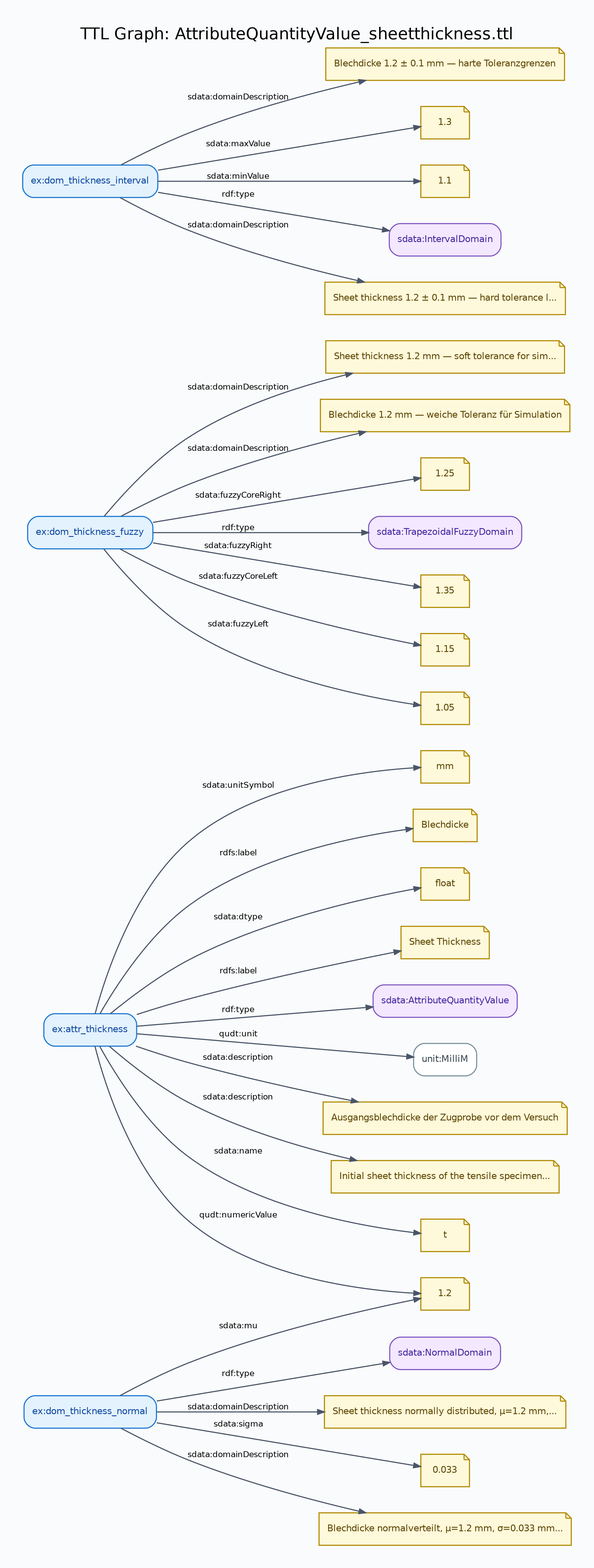
Above: docs/diagrams/AttributeQuantityValue_sheetthickness-graph.png in lepy/sdata-ontology (Graphviz), before the change. Its source is kept beside it as docs/diagrams/AttributeQuantityValue_sheetthickness-graph.dot.
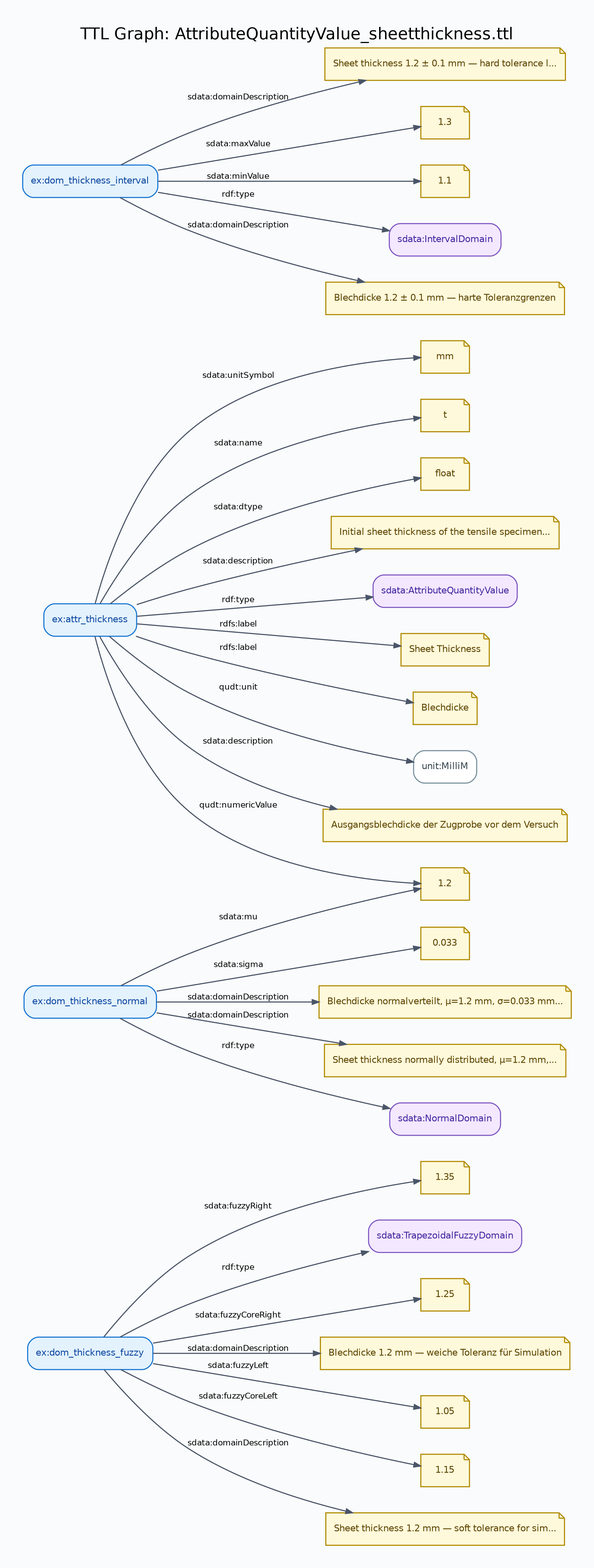
After the change.

Change to the diagram source:
```diff
@@ -26,21 +26,150 @@
 		fontsize=9,
 		penwidth=1.2
 	];
-	"uri::https://example.org/tensile-test/dom_thickness_normal"	[color="#1976D2",
+	"uri::https://example.org/tensile-test/dom_thickness_fuzzy"	[color="#1976D2",
 		fillcolor="#E3F2FD",
 		fontcolor="#0D47A1",
-		label="ex:dom_thickness_normal"];
-	"uri::https://w3id.org/sdata/core/NormalDomain"	[color="#7E57C2",
+		label="ex:dom_thickness_fuzzy"];
+	"lit::1.35::http://www.w3.org/2001/XMLSchema#double::"	[color="#B08900",
+		fillcolor="#FFF9DB",
+		fontcolor="#5C4500",
+		label=1.35,
+		shape=note];
+	"uri::https://example.org/tensile-test/dom_thickness_fuzzy" -> "lit::1.35::http://www.w3.org/2001/XMLSchema#double::"	[label="sdata:fuzzyRight"];
+	"uri::https://w3id.org/sdata/core/TrapezoidalFuzzyDomain"	[color="#7E57C2",
 		fillcolor="#F3E8FF",
 		fontcolor="#4527A0",
-		label="sdata:NormalDomain"];
-	"uri::https://example.org/tensile-test/dom_thickness_normal" -> "uri::https://w3id.org/sdata/core/NormalDomain"	[label="rdf:type"];
+		label="sdata:TrapezoidalFuzzyDomain"];
+	"uri::https://example.org/tensile-test/dom_thickness_fuzzy" -> "uri::https://w3id.org/sdata/core/TrapezoidalFuzzyDomain"	[label="rdf:type"];
+	"lit::1.25::http://www.w3.org/2001/XMLSchema#double::"	[color="#B08900",
+		fillcolor="#FFF9DB",
+		fontcolor="#5C4500",
+		label=1.25,
+		shape=note];
+	"uri::https://example.org/tensile-test/dom_thickness_fuzzy" -> "lit::1.25::http://www.w3.org/2001/XMLSchema#double::"	[label="sdata:fuzzyCoreRight"];
+	"lit::Blechdicke 1.2 mm — weiche Toleranz für Simulation::::de"	[color="#B08900",
+		fillcolor="#FFF9DB",
+		fontcolor="#5C4500",
+		label="Blechdicke 1.2 mm — weiche Toleranz für Simulation",
+		shape=note];
+	"uri::https://example.org/tensile-test/dom_thickness_fuzzy" -> "lit::Blechdicke 1.2 mm — weiche Toleranz für Simulation::::de"	[label="sdata:domainDescription"];
+	"lit::1.05::http://www.w3.org/2001/XMLSchema#double::"	[color="#B08900",
+		fillcolor="#FFF9DB",
+		fontcolor="#5C4500",
+		label=1.05,
+		shape=note];
+	"uri::https://example.org/tensile-test/dom_thickness_fuzzy" -> "lit::1.05::http://www.w3.org/2001/XMLSchema#double::"	[label="sdata:fuzzyLeft"];
+	"lit::1.15::http://www.w3.org/2001/XMLSchema#double::"	[color="#B08900",
+		fillcolor="#FFF9DB",
+		fontcolor="#5C4500",
+		label=1.15,
+		shape=note];
+	"uri::https://example.org/tensile-test/dom_thickness_fuzzy" -> "lit::1.15::http://www.w3.org/2001/XMLSchema#double::"	[label="sdata:fuzzyCoreLeft"];
+	"lit::Sheet thickness 1.2 mm — soft tolerance for simulation::::en"	[color="#B08900",
+		fillcolor="#FFF9DB",
+		fontcolor="#5C4500",
+		label="Sheet thickness 1.2 mm — soft tolerance for sim...",
+		shape=note];
+	"uri::https://example.org/tensile-test/dom_thickness_fuzzy" -> "lit::Sheet thickness 1.2 mm — soft tolerance for simulation::::en"	[label="sdata:domainDescription"];
+	"uri::https://example.org/tensile-test/attr_thickness"	[color="#1976D2",
+		fillcolor="#E3F2FD",
+		fontcolor="#0D47A1",
+		label="ex:attr_thickness"];
+	"lit::Initial sheet thickness of the tensile specimen before testing::::en"	[color="#B08900",
+		fillcolor="#FFF9DB",
+		fontcolor="#5C4500",
+		label="Initial sheet thickness of the tensile specimen...",
+		shape=note];
+	"uri::https://example.org/tensile-test/attr_thickness" -> "lit::Initial sheet thickness of the tensile specimen before testing::::en"	[label="sdata:description"];
+	"uri::https://w3id.org/sdata/core/AttributeQuantityValue"	[color="#7E57C2",
+		fillcolor="#F3E8FF",
+		fontcolor="#4527A0",
+		label="sdata:AttributeQuantityValue"];
+	"uri::https://example.org/tensile-test/attr_thickness" -> "uri::https://w3id.org/sdata/core/AttributeQuantityValue"	[label="rdf:type"];
+	"lit::Sheet Thickness::::en"	[color="#B08900",
+		fillcolor="#FFF9DB",
+		fontcolor="#5C4500",
+		label="Sheet Thickness",
+		shape=note];
+	"uri::https://example.org/tensile-test/attr_thickness" -> "lit::Sheet Thickness::::en"	[label="rdfs:label"];
+	"lit::Blechdicke::::de"	[color="#B08900",
+		fillcolor="#FFF9DB",
+		fontcolor="#5C4500",
+		label=Blechdicke,
+		shape=note];
+	"uri::https://example.org/tensile-test/attr_thickness" -> "lit::Blechdicke::::de"	[label="rdfs:label"];
+	"uri::http://qudt.org/vocab/unit/MilliM"	[color="#78909C",
+		fillcolor="#FFFFFF",
+		fontcolor="#37474F",
+		label="unit:MilliM"];
+	"uri::https://example.org/tensile-test/attr_thickness" -> "uri::http://qudt.org/vocab/unit/MilliM"	[label="qudt:unit"];
+	"lit::Ausgangsblechdicke der Zugprobe vor dem Versuch::::de"	[color="#B08900",
+		fillcolor="#FFF9DB",
+		fontcolor="#5C4500",
+		label="Ausgangsblechdicke der Zugprobe vor dem Versuch",
+		shape=note];
+	"uri::https://example.org/tensile-test/attr_thickness" -> "lit::Ausgangsblechdicke der Zugprobe vor dem Versuch::::de"	[label="sdata:description"];
+	"lit::mm::::"	[color="#B08900",
+		fillcolor="#FFF9DB",
+		fontcolor="#5C4500",
+		label=mm,
+		shape=note];
+	"uri::https://example.org/tensile-test/attr_thickness" -> "lit::mm::::"	[label="sdata:unitSymbol"];
+	"lit::t::::"	[color="#B08900",
+		fillcolor="#FFF9DB",
+		fontcolor="#5C4500",
+		label=t,
+		shape=note];
+	"uri::https://example.org/tensile-test/attr_thickness" -> "lit::t::::"	[label="sdata:name"];
 	"lit::1.2::http://www.w3.org/2001/XMLSchema#double::"	[color="#B08900",
 		fillcolor="#FFF9DB",
 		fontcolor="#5C4500",
 		label=1.2,
 		shape=note];
-	"uri::https://example.org/tensile-test/dom_thickness_normal" -> "lit::1.2::http://www.w3.org/2001/XMLSchema#double::"	[label="sdata:mu"];
+	"uri::https://example.org/tensile-test/attr_thickness" -> "lit::1.2::http://www.w3.org/2001/XMLSchema#double::"	[label="qudt:numericValue"];
+	"lit::float::::"	[color="#B08900",
+		fillcolor="#FFF9DB",
+		fontcolor="#5C4500",
+		label=float,
+		shape=note];
+	"uri::https://example.org/tensile-test/attr_thickness" -> "lit::float::::"	[label="sdata:dtype"];
+	"uri::https://example.org/tensile-test/dom_thickness_interval"	[color="#1976D2",
+		fillcolor="#E3F2FD",
+		fontcolor="#0D47A1",
+		label="ex:dom_thickness_interval"];
+	"lit::Sheet thickness 1.2 ± 0.1 mm — hard tolerance limits::::en"	[color="#B08900",
+		fillcolor="#FFF9DB",
+		fontcolor="#5C4500",
+		label="Sheet thickness 1.2 ± 0.1 mm — hard tolerance l...",
+		shape=note];
+	"uri::https://example.org/tensile-test/dom_thickness_interval" -> "lit::Sheet thickness 1.2 ± 0.1 mm — hard tolerance limits::::en"	[label="sdata:domainDescription"];
+	"lit::1.3::http://www.w3.org/2001/XMLSchema#double::"	[color="#B08900",
+		fillcolor="#FFF9DB",
+		fontcolor="#5C4500",
+		label=1.3,
+		shape=note];
+	"uri::https://example.org/tensile-test/dom_thickness_interval" -> "lit::1.3::http://www.w3.org/2001/XMLSchema#double::"	[label="sdata:maxValue"];
+	"lit::1.1::http://www.w3.org/2001/XMLSchema#double::"	[color="#B08900",
+		fillcolor="#FFF9DB",
+		fontcolor="#5C4500",
+		label=1.1,
+		shape=note];
+	"uri::https://example.org/tensile-test/dom_thickness_interval" -> "lit::1.1::http://www.w3.org/2001/XMLSchema#double::"	[label="sdata:minValue"];
+	"uri::https://w3id.org/sdata/core/IntervalDomain"	[color="#7E57C2",
+		fillcolor="#F3E8FF",
+		fontcolor="#4527A0",
+		label="sdata:IntervalDomain"];
+	"uri::https://example.org/tensile-test/dom_thickness_interval" -> "uri::https://w3id.org/sdata/core/IntervalDomain"	[label="rdf:type"];
+	"lit::Blechdicke 1.2 ± 0.1 mm — harte Toleranzgrenzen::::de"	[color="#B08900",
+		fillcolor="#FFF9DB",
+		fontcolor="#5C4500",
+		label="Blechdicke 1.2 ± 0.1 mm — harte Toleranzgrenzen",
+		shape=note];
+	"uri::https://example.org/tensile-test/dom_thickness_interval" -> "lit::Blechdicke 1.2 ± 0.1 mm — harte Toleranzgrenzen::::de"	[label="sdata:domainDescription"];
+	"uri::https://example.org/tensile-test/dom_thickness_normal"	[color="#1976D2",
+		fillcolor="#E3F2FD",
+		fontcolor="#0D47A1",
+		label="ex:dom_thickness_normal"];
 	"lit::0.033::http://www.w3.org/2001/XMLSchema#double::"	[color="#B08900",
 		fillcolor="#FFF9DB",
 		fontcolor="#5C4500",
@@ -59,139 +188,10 @@
 		label="Sheet thickness normally distributed, μ=1.2 mm,...",
 		shape=note];
 	"uri::https://example.org/tensile-test/dom_thickness_normal" -> "lit::Sheet thickness normally distributed, μ=1.2 mm, σ=0.033 mm (3σ=0.1 mm)::::en"	[label="sdata:domainDescription"];
-	"uri::https://example.org/tensile-test/attr_thickness"	[color="#1976D2",
-		fillcolor="#E3F2FD",
-		fontcolor="#0D47A1",
-		label="ex:attr_thickness"];
-	"uri::https://w3id.org/sdata/core/AttributeQuantityValue"	[color="#7E57C2",
+	"uri::https://w3id.org/sdata/core/NormalDomain"	[color="#7E57C2",
 		fillcolor="#F3E8FF",
 		fontcolor="#4527A0",
-		label="sdata:AttributeQuantityValue"];
-	"uri::https://example.org/tensile-test/attr_thickness" -> "uri::https://w3id.org/sdata/core/AttributeQuantityValue"	[label="rdf:type"];
-	"uri::http://qudt.org/vocab/unit/MilliM"	[color="#78909C",
-		fillcolor="#FFFFFF",
-		fontcolor="#37474F",
-		label="unit:MilliM"];
-	"uri::https://example.org/tensile-test/attr_thickness" -> "uri::http://qudt.org/vocab/unit/MilliM"	[label="qudt:unit"];
-	"lit::Ausgangsblechdicke der Zugprobe vor dem Versuch::::de"	[color="#B08900",
-		fillcolor="#FFF9DB",
-		fontcolor="#5C4500",
-		label="Ausgangsblechdicke der Zugprobe vor dem Versuch",
-		shape=note];
-	"uri::https://example.org/tensile-test/attr_thickness" -> "lit::Ausgangsblechdicke der Zugprobe vor dem Versuch::::de"	[label="sdata:description"];
-	"lit::Initial sheet thickness of the tensile specimen before testing::::en"	[color="#B08900",
-		fillcolor="#FFF9DB",
-		fontcolor="#5C4500",
-		label="Initial sheet thickness of the tensile specimen...",
-		shape=note];
-	"uri::https://example.org/tensile-test/attr_thickness" -> "lit::Initial sheet thickness of the tensile specimen before testing::::en"	[label="sdata:description"];
-	"lit::t::::"	[color="#B08900",
-		fillcolor="#FFF9DB",
-		fontcolor="#5C4500",
-		label=t,
-		shape=note];
-	"uri::https://example.org/tensile-test/attr_thickness" -> "lit::t::::"	[label="sdata:name"];
-	"lit::mm::::"	[color="#B08900",
-		fillcolor="#FFF9DB",
-		fontcolor="#5C4500",
-		label=mm,
-		shape=note];
-	"uri::https://example.org/tensile-test/attr_thickness" -> "lit::mm::::"	[label="sdata:unitSymbol"];
-	"uri::https://example.org/tensile-test/attr_thickness" -> "lit::1.2::http://www.w3.org/2001/XMLSchema#double::"	[label="qudt:numericValue"];
-	"lit::Blechdicke::::de"	[color="#B08900",
-		fillcolor="#FFF9DB",
-		fontcolor="#5C4500",
-		label=Blechdicke,
-		shape=note];
-	"uri::https://example.org/tensile-test/attr_thickness" -> "lit::Blechdicke::::de"	[label="rdfs:label"];
-	"lit::float::::"	[color="#B08900",
-		fillcolor="#FFF9DB",
-		fontcolor="#5C4500",
-		label=float,
-		shape=note];
-	"uri::https://example.org/tensile-test/attr_thickness" -> "lit::float::::"	[label="sdata:dtype"];
-	"lit::Sheet Thickness::::en"	[color="#B08900",
-		fillcolor="#FFF9DB",
-		fontcolor="#5C4500",
-		label="Sheet Thickness",
-		shape=note];
-	"uri::https://example.org/tensile-test/attr_thickness" -> "lit::Sheet Thickness::::en"	[label="rdfs:label"];
-	"uri::https://example.org/tensile-test/dom_thickness_fuzzy"	[color="#1976D2",
-		fillcolor="#E3F2FD",
-		fontcolor="#0D47A1",
-		label="ex:dom_thickness_fuzzy"];
-	"lit::Sheet thickness 1.2 mm — soft tolerance for simulation::::en"	[color="#B08900",
-		fillcolor="#FFF9DB",
-		fontcolor="#5C4500",
-		label="Sheet thickness 1.2 mm — soft tolerance for sim...",
-		shape=note];
-	"uri::https://example.org/tensile-test/dom_thickness_fuzzy" -> "lit::Sheet thickness 1.2 mm — soft tolerance for simulation::::en"	[label="sdata:domainDescription"];
-	"lit::Blechdicke 1.2 mm — weiche Toleranz für Simulation::::de"	[color="#B08900",
-		fillcolor="#FFF9DB",
-		fontcolor="#5C4500",
-		label="Blechdicke 1.2 mm — weiche Toleranz für Simulation",
-		shape=note];
-	"uri::https://example.org/tensile-test/dom_thickness_fuzzy" -> "lit::Blechdicke 1.2 mm — weiche Toleranz für Simulation::::de"	[label="sdata:domainDescription"];
-	"lit::1.25::http://www.w3.org/2001/XMLSchema#double::"	[color="#B08900",
-		fillcolor="#FFF9DB",
-		fontcolor="#5C4500",
-		label=1.25,
-		shape=note];
-	"uri::https://example.org/tensile-test/dom_thickness_fuzzy" -> "lit::1.25::http://www.w3.org/2001/XMLSchema#double::"	[label="sdata:fuzzyCoreRight"];
-	"uri::https://w3id.org/sdata/core/TrapezoidalFuzzyDomain"	[color="#7E57C2",
-		fillcolor="#F3E8FF",
-		fontcolor="#4527A0",
-		label="sdata:TrapezoidalFuzzyDomain"];
-	"uri::https://example.org/tensile-test/dom_thickness_fuzzy" -> "uri::https://w3id.org/sdata/core/TrapezoidalFuzzyDomain"	[label="rdf:type"];
-	"lit::1.35::http://www.w3.org/2001/XMLSchema#double::"	[color="#B08900",
-		fillcolor="#FFF9DB",
-		fontcolor="#5C4500",
-		label=1.35,
-		shape=note];
-	"uri::https://example.org/tensile-test/dom_thickness_fuzzy" -> "lit::1.35::http://www.w3.org/2001/XMLSchema#double::"	[label="sdata:fuzzyRight"];
-	"lit::1.15::http://www.w3.org/2001/XMLSchema#double::"	[color="#B08900",
-		fillcolor="#FFF9DB",
-		fontcolor="#5C4500",
-		label=1.15,
-		shape=note];
-	"uri::https://example.org/tensile-test/dom_thickness_fuzzy" -> "lit::1.15::http://www.w3.org/2001/XMLSchema#double::"	[label="sdata:fuzzyCoreLeft"];
-	"lit::1.05::http://www.w3.org/2001/XMLSchema#double::"	[color="#B08900",
-		fillcolor="#FFF9DB",
-		fontcolor="#5C4500",
-		label=1.05,
-		shape=note];
-	"uri::https://example.org/tensile-test/dom_thickness_fuzzy" -> "lit::1.05::http://www.w3.org/2001/XMLSchema#double::"	[label="sdata:fuzzyLeft"];
-	"uri::https://example.org/tensile-test/dom_thickness_interval"	[color="#1976D2",
-		fillcolor="#E3F2FD",
-		fontcolor="#0D47A1",
-		label="ex:dom_thickness_interval"];
-	"lit::Blechdicke 1.2 ± 0.1 mm — harte Toleranzgrenzen::::de"	[color="#B08900",
-		fillcolor="#FFF9DB",
-		fontcolor="#5C4500",
-		label="Blechdicke 1.2 ± 0.1 mm — harte Toleranzgrenzen",
-		shape=note];
-	"uri::https://example.org/tensile-test/dom_thickness_interval" -> "lit::Blechdicke 1.2 ± 0.1 mm — harte Toleranzgrenzen::::de"	[label="sdata:domainDescription"];
-	"lit::1.3::http://www.w3.org/2001/XMLSchema#double::"	[color="#B08900",
-		fillcolor="#FFF9DB",
-		fontcolor="#5C4500",
-		label=1.3,
-		shape=note];
-	"uri::https://example.org/tensile-test/dom_thickness_interval" -> "lit::1.3::http://www.w3.org/2001/XMLSchema#double::"	[label="sdata:maxValue"];
-	"lit::1.1::http://www.w3.org/2001/XMLSchema#double::"	[color="#B08900",
-		fillcolor="#FFF9DB",
-		fontcolor="#5C4500",
-		label=1.1,
-		shape=note];
-	"uri::https://example.org/tensile-test/dom_thickness_interval" -> "lit::1.1::http://www.w3.org/2001/XMLSchema#double::"	[label="sdata:minValue"];
-	"uri::https://w3id.org/sdata/core/IntervalDomain"	[color="#7E57C2",
-		fillcolor="#F3E8FF",
-		fontcolor="#4527A0",
-		label="sdata:IntervalDomain"];
-	"uri::https://example.org/tensile-test/dom_thickness_interval" -> "uri::https://w3id.org/sdata/core/IntervalDomain"	[label="rdf:type"];
-	"lit::Sheet thickness 1.2 ± 0.1 mm — hard tolerance limits::::en"	[color="#B08900",
-		fillcolor="#FFF9DB",
-		fontcolor="#5C4500",
-		label="Sheet thickness 1.2 ± 0.1 mm — hard tolerance l...",
-		shape=note];
-	"uri::https://example.org/tensile-test/dom_thickness_interval" -> "lit::Sheet thickness 1.2 ± 0.1 mm — hard tolerance limits::::en"	[label="sdata:domainDescription"];
+		label="sdata:NormalDomain"];
+	"uri::https://example.org/tensile-test/dom_thickness_normal" -> "uri::https://w3id.org/sdata/core/NormalDomain"	[label="rdf:type"];
+	"uri::https://example.org/tensile-test/dom_thickness_normal" -> "lit::1.2::http://www.w3.org/2001/XMLSchema#double::"	[label="sdata:mu"];
 }
```
